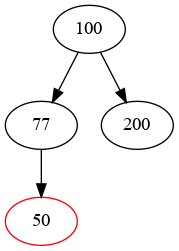
chopikus/ll-rb-tree keeps this Graphviz diagram as output.png. Above is the earlier version. Its source is kept beside it as output.dot. The source it was exported from:
```dot
digraph g {
A [label=100, color = BLACK]
E [label=77, color = BLACK]
A-> E
G [label=50, color = RED]
E-> G
B [label=200, color = BLACK]
A-> B
}
```
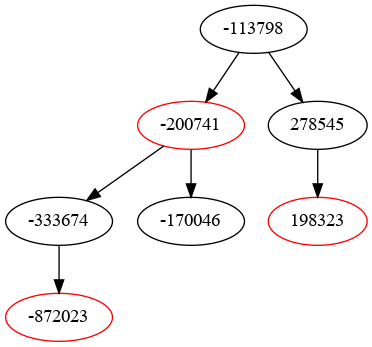
After the commit.

The edit, as a diff of the source:
```diff
@@ -1,9 +1,15 @@
 digraph g {
-A [label=100, color = BLACK]
-E [label=77, color = BLACK]
-A-> E
-G [label=50, color = RED]
-E-> G
-B [label=200, color = BLACK]
-A-> B
+B [label=-113798, color = BLACK]
+C [label=-200741, color = RED]
+B-> C
+H [label=-333674, color = BLACK]
+C-> H
+F [label=-872023, color = RED]
+H-> F
+E [label=-170046, color = BLACK]
+C-> E
+D [label=278545, color = BLACK]
+B-> D
+G [label=198323, color = RED]
+D-> G
 }
```
